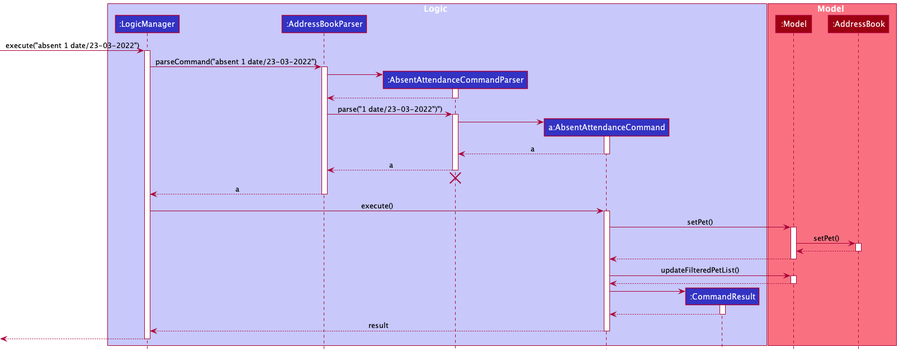
This is docs/images/AbsentAttendanceSequenceDiagram.png from nus-cs2103-AY2122S2/tp, a PlantUML export, as it was before one commit. Its source is kept beside it as docs/diagrams/AbsentAttendanceSequenceDiagram.puml.
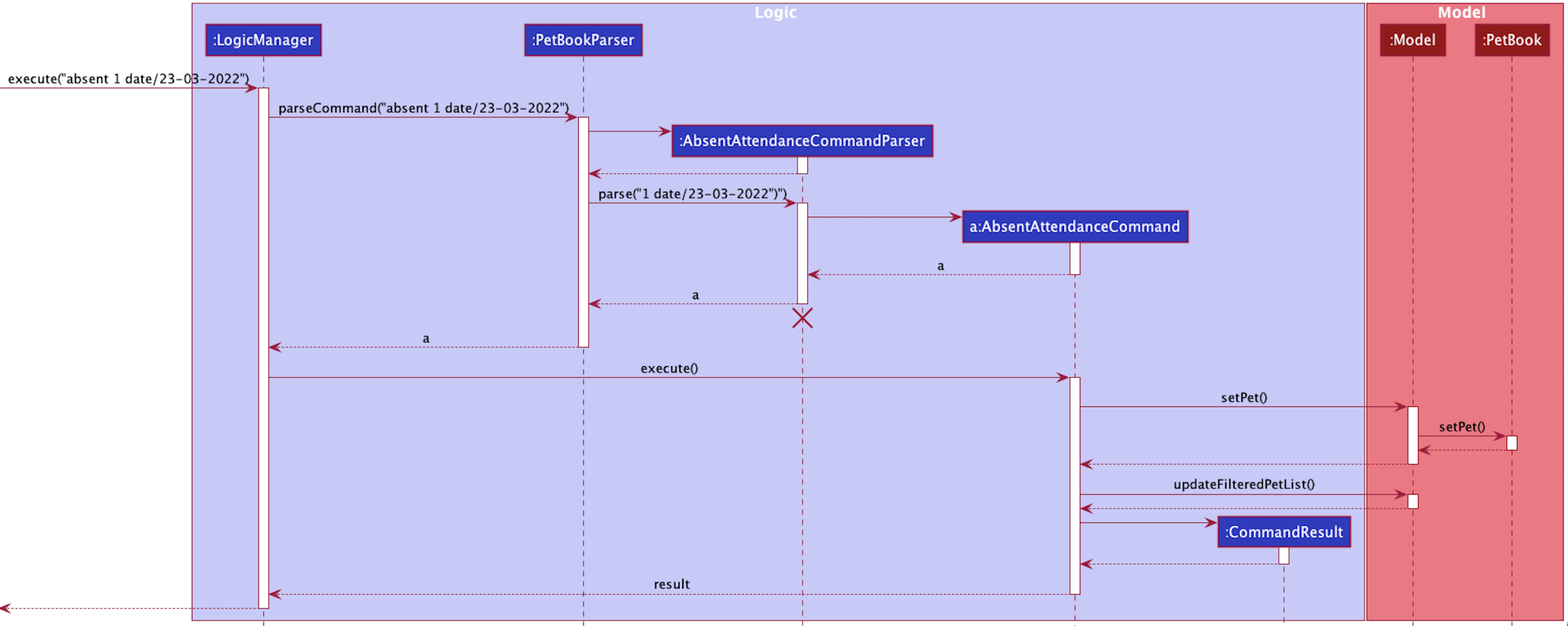
After the change.

Change to the diagram source:
```diff
@@ -3,7 +3,7 @@
 
 box Logic LOGIC_COLOR_T1
 participant ":LogicManager" as LogicManager LOGIC_COLOR
-participant ":AddressBookParser" as AddressBookParser LOGIC_COLOR
+participant ":PetBookParser" as PetBookParser LOGIC_COLOR
 participant ":AbsentAttendanceCommandParser" as AbsentAttendanceCommandParser LOGIC_COLOR
 participant "a:AbsentAttendanceCommand" as AbsentAttendanceCommand LOGIC_COLOR
 participant ":CommandResult" as CommandResult LOGIC_COLOR
@@ -11,23 +11,23 @@
 
 box Model MODEL_COLOR_T1
 participant ":Model" as Model MODEL_COLOR
-participant ":AddressBook" as AddressBook MODEL_COLOR
+participant ":PetBook" as PetBook MODEL_COLOR
 end box
 
 [-> LogicManager : execute("absent 1 date/23-03-2022")
 activate LogicManager
 
-LogicManager -> AddressBookParser : parseCommand("absent 1 date/23-03-2022")
-activate AddressBookParser
+LogicManager -> PetBookParser : parseCommand("absent 1 date/23-03-2022")
+activate PetBookParser
 
 create AbsentAttendanceCommandParser
-AddressBookParser -> AbsentAttendanceCommandParser
+PetBookParser -> AbsentAttendanceCommandParser
 activate AbsentAttendanceCommandParser
 
-AbsentAttendanceCommandParser --> AddressBookParser
+AbsentAttendanceCommandParser --> PetBookParser
 deactivate AbsentAttendanceCommandParser
 
-AddressBookParser -> AbsentAttendanceCommandParser : parse("1 date/23-03-2022")")
+PetBookParser -> AbsentAttendanceCommandParser : parse("1 date/23-03-2022")")
 activate AbsentAttendanceCommandParser
 
 create AbsentAttendanceCommand
@@ -37,13 +37,13 @@
 AbsentAttendanceCommand --> AbsentAttendanceCommandParser : a
 deactivate AbsentAttendanceCommand
 
-AbsentAttendanceCommandParser --> AddressBookParser : a
+AbsentAttendanceCommandParser --> PetBookParser : a
 deactivate AbsentAttendanceCommandParser
-AbsentAttendanceCommandParser -[hidden]-> AddressBookParser
+AbsentAttendanceCommandParser -[hidden]-> PetBookParser
 destroy AbsentAttendanceCommandParser
 
-AddressBookParser --> LogicManager : a
-deactivate AddressBookParser
+PetBookParser --> LogicManager : a
+deactivate PetBookParser
 
 LogicManager -> AbsentAttendanceCommand : execute()
 activate AbsentAttendanceCommand
@@ -51,11 +51,11 @@
 AbsentAttendanceCommand -> Model : setPet()
 activate Model
 
-Model -> AddressBook : setPet()
-activate AddressBook
+Model -> PetBook : setPet()
+activate PetBook
 
-AddressBook --> Model :
-deactivate AddressBook
+PetBook --> Model :
+deactivate PetBook
 
 Model --> AbsentAttendanceCommand
 deactivate Model
```
